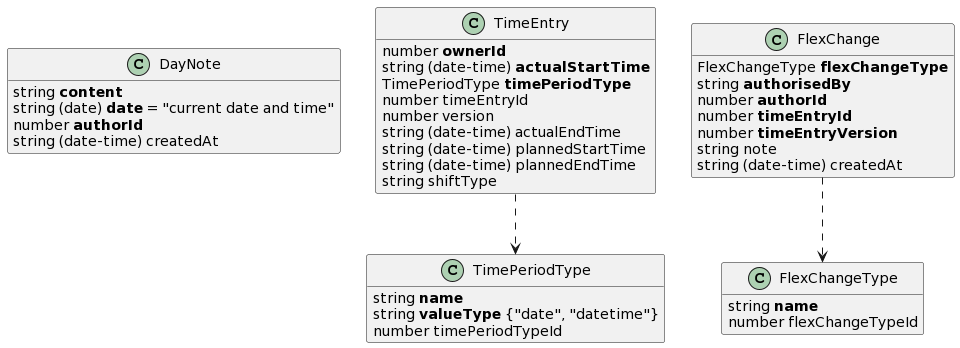
This is docs/images/payload-model.png from UKHomeOffice/callisto-timecard-restapi, a PlantUML export, as it was before one commit.
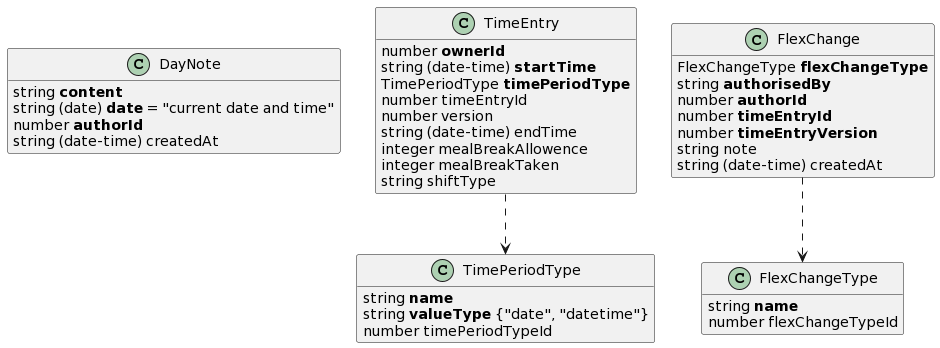
After the commit.

Commit message:
EAHW-1249 - exposed meal break data on TimeEntry and renamed start/end time

What changed in the source:
```diff
@@ -22,13 +22,13 @@
 
 class TimeEntry {
     {field} number <b>ownerId</b>
-    {field} string (date-time) <b>actualStartTime</b>
+    {field} string (date-time) <b>startTime</b>
     {field} TimePeriodType <b>timePeriodType</b>
     {field} number timeEntryId
     {field} number version
-    {field} string (date-time) actualEndTime
-    {field} string (date-time) plannedStartTime
-    {field} string (date-time) plannedEndTime
+    {field} string (date-time) endTime
+    {field} integer mealBreakAllowence
+    {field} integer mealBreakTaken
     {field} string shiftType
 }
 
```
